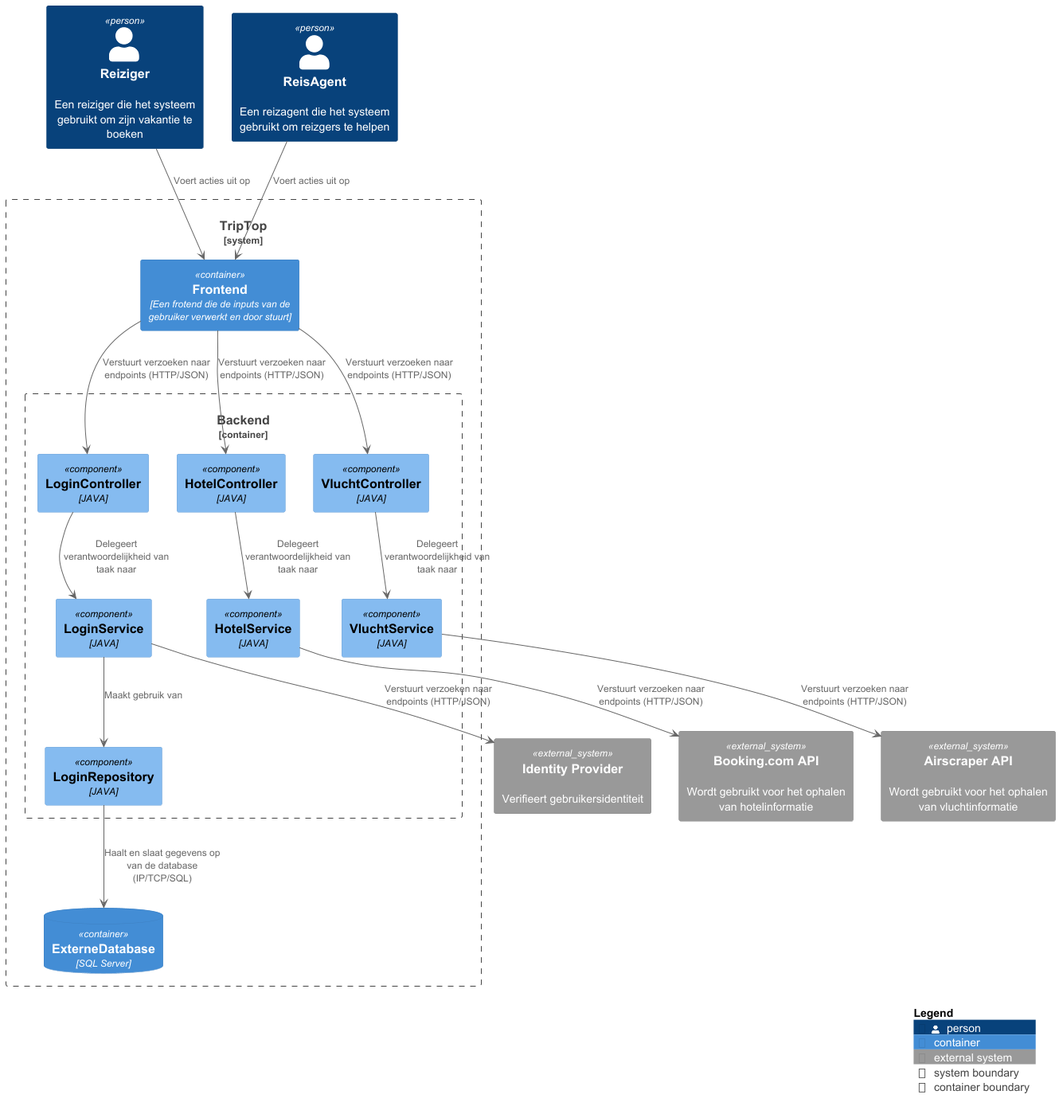
Above: C4_diagrammen/Component-diagram-TripTop-Backend.png in AIM-ENE-feb25/triptop-groep-b4 (PlantUML), before the change. The source it was exported from:
```plantuml
@startuml
!include https://raw.githubusercontent.com/plantuml-stdlib/C4-PlantUML/master/C4_Component.puml
!include https://raw.githubusercontent.com/plantuml-stdlib/C4-PlantUML/master/C4_Container.puml


Person(Reiziger, "Reiziger", "Een reiziger die het systeem gebruikt om zijn vakantie te boeken")
Person(ReisAgent, "ReisAgent", "Een reizagent die het systeem gebruikt om reizgers te helpen")

System_Boundary(System_Boundary, TripTop){
Container(Frontend, "Frontend", "Een frotend die de inputs van de gebruiker verwerkt en door stuurt")

Container_Boundary(ContainerBoundary, "Backend") {

Component(LoginController, "LoginController", "JAVA")
Component(LoginService, "LoginService", "JAVA")
Component(LoginRepository, "LoginRepository", "JAVA")

Component(HotelController, "HotelController", "JAVA")
Component(HotelService, "HotelService", "JAVA")

Component(VluchtController, "VluchtController", "JAVA")
Component(VluchtService, "VluchtService", "JAVA")

}

ContainerDb(Externe_Database," ExterneDatabase","SQL Server")
}
System_Ext(IdentityProvider, "Identity Provider", "Verifieert gebruikersidentiteit")
System_Ext(Booking.com, "Booking.com API", "Wordt gebruikt voor het ophalen van hotelinformatie")
System_Ext(Airscraper, "Airscraper API", "Wordt gebruikt voor het ophalen van vluchtinformatie")


Reiziger --> Frontend: "Voert acties uit op"
ReisAgent --> Frontend: "Voert acties uit op"


Frontend --> LoginController: "Verstuurt verzoeken naar endpoints (HTTP/JSON)"
Frontend --> HotelController: "Verstuurt verzoeken naar endpoints (HTTP/JSON)"
Frontend --> VluchtController: "Verstuurt verzoeken naar endpoints (HTTP/JSON)"

LoginController --> LoginService: "Delegeert verantwoordelijkheid van taak naar"
LoginService --> LoginRepository: "Maakt gebruik van"
LoginRepository --> Externe_Database: "Haalt en slaat gegevens op van de database (IP/TCP/SQL)"

HotelController --> HotelService: "Delegeert verantwoordelijkheid van taak naar"
VluchtController --> VluchtService: "Delegeert verantwoordelijkheid van taak naar"

LoginService --> IdentityProvider: "Verstuurt verzoeken naar endpoints (HTTP/JSON)"
HotelService --> Booking.com: "Verstuurt verzoeken naar endpoints (HTTP/JSON)"
VluchtService --> Airscraper: "Verstuurt verzoeken naar endpoints (HTTP/JSON)"

SHOW_LEGEND(TRUE)
@enduml
```
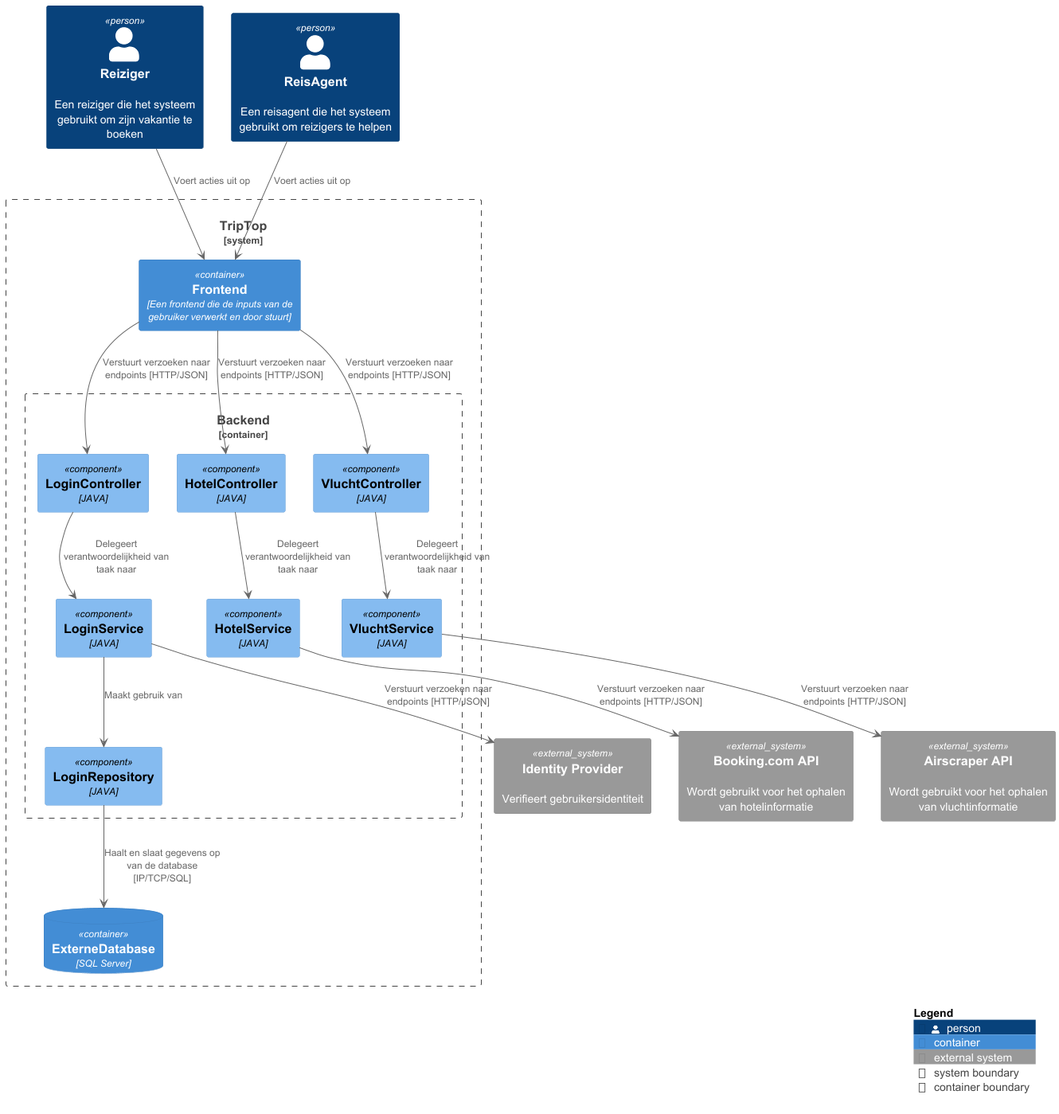
After the commit.

Diff of the diagram source:
```diff
@@ -4,10 +4,10 @@
 
 
 Person(Reiziger, "Reiziger", "Een reiziger die het systeem gebruikt om zijn vakantie te boeken")
-Person(ReisAgent, "ReisAgent", "Een reizagent die het systeem gebruikt om reizgers te helpen")
+Person(ReisAgent, "ReisAgent", "Een reisagent die het systeem gebruikt om reizigers te helpen")
 
 System_Boundary(System_Boundary, TripTop){
-Container(Frontend, "Frontend", "Een frotend die de inputs van de gebruiker verwerkt en door stuurt")
+Container(Frontend, "Frontend", "Een frontend die de inputs van de gebruiker verwerkt en door stuurt")
 
 Container_Boundary(ContainerBoundary, "Backend") {
 
@@ -34,20 +34,20 @@
 ReisAgent --> Frontend: "Voert acties uit op"
 
 
-Frontend --> LoginController: "Verstuurt verzoeken naar endpoints (HTTP/JSON)"
-Frontend --> HotelController: "Verstuurt verzoeken naar endpoints (HTTP/JSON)"
-Frontend --> VluchtController: "Verstuurt verzoeken naar endpoints (HTTP/JSON)"
+Frontend --> LoginController: "Verstuurt verzoeken naar endpoints [HTTP/JSON]"
+Frontend --> HotelController: "Verstuurt verzoeken naar endpoints [HTTP/JSON]"
+Frontend --> VluchtController: "Verstuurt verzoeken naar endpoints [HTTP/JSON]"
 
 LoginController --> LoginService: "Delegeert verantwoordelijkheid van taak naar"
 LoginService --> LoginRepository: "Maakt gebruik van"
-LoginRepository --> Externe_Database: "Haalt en slaat gegevens op van de database (IP/TCP/SQL)"
+LoginRepository --> Externe_Database: "Haalt en slaat gegevens op van de database [IP/TCP/SQL]"
 
 HotelController --> HotelService: "Delegeert verantwoordelijkheid van taak naar"
 VluchtController --> VluchtService: "Delegeert verantwoordelijkheid van taak naar"
 
-LoginService --> IdentityProvider: "Verstuurt verzoeken naar endpoints (HTTP/JSON)"
-HotelService --> Booking.com: "Verstuurt verzoeken naar endpoints (HTTP/JSON)"
-VluchtService --> Airscraper: "Verstuurt verzoeken naar endpoints (HTTP/JSON)"
+LoginService --> IdentityProvider: "Verstuurt verzoeken naar endpoints [HTTP/JSON]"
+HotelService --> Booking.com: "Verstuurt verzoeken naar endpoints [HTTP/JSON]"
+VluchtService --> Airscraper: "Verstuurt verzoeken naar endpoints [HTTP/JSON]"
 
 SHOW_LEGEND(TRUE)
 @enduml
```
